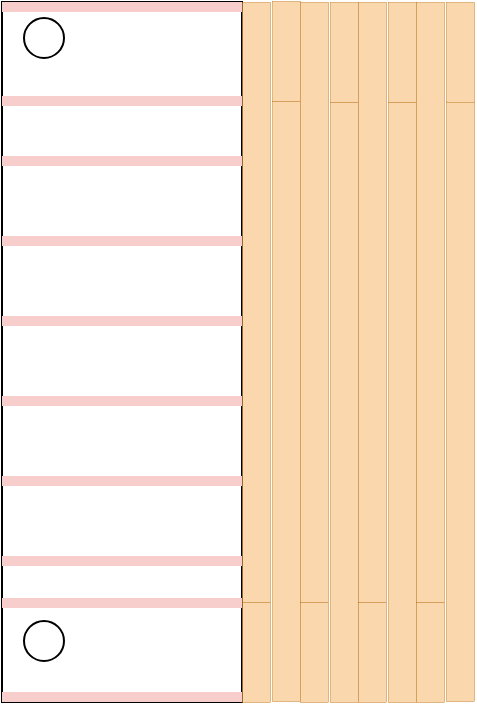
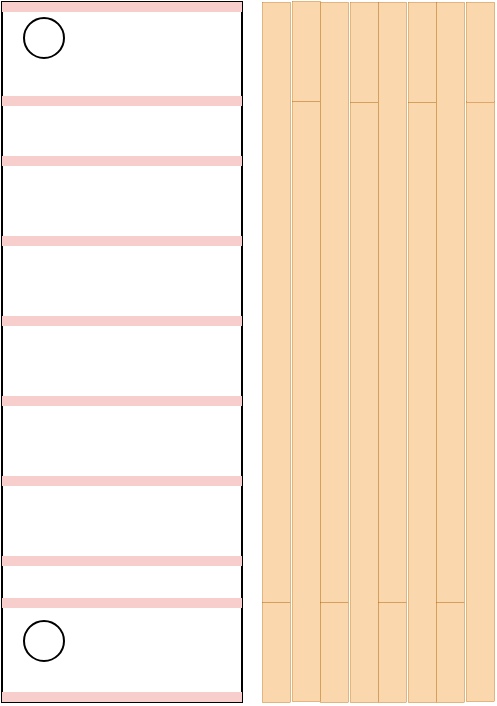
<mxfile host="app.diagrams.net">
  <diagram name="Page-1" id="9zz9qTvsrJ71pM-4lCes">
-     <mxGraphModel dx="517" dy="334" grid="1" gridSize="10" guides="1" tooltips="1" connect="1" arrows="1" fold="1" page="1" pageScale="1" pageWidth="827" pageHeight="1169" math="0" shadow="0">
+     <mxGraphModel dx="620" dy="400" grid="1" gridSize="10" guides="1" tooltips="1" connect="1" arrows="1" fold="1" page="1" pageScale="1" pageWidth="827" pageHeight="1169" math="0" shadow="0">
      <root>
        <mxCell id="0" />
        <mxCell id="1" parent="0" />
        <mxCell id="-zb7xw1d-y1fsq_DWs25-2" parent="1" style="rounded=0;whiteSpace=wrap;html=1;movable=0;resizable=0;rotatable=0;deletable=0;editable=0;locked=1;connectable=0;fillColor=none;" value="" vertex="1">
          <mxGeometry height="350" width="120" x="400" y="260" as="geometry" />
        </mxCell>
        <mxCell id="-zb7xw1d-y1fsq_DWs25-32" parent="1" style="ellipse;whiteSpace=wrap;html=1;aspect=fixed;" value="" vertex="1">
          <mxGeometry height="20" width="20" x="411" y="268" as="geometry" />
        </mxCell>
        <mxCell id="-zb7xw1d-y1fsq_DWs25-33" parent="1" style="ellipse;whiteSpace=wrap;html=1;aspect=fixed;" value="" vertex="1">
          <mxGeometry height="20" width="20" x="411" y="569.5" as="geometry" />
        </mxCell>
        <mxCell id="-zb7xw1d-y1fsq_DWs25-45" connectable="0" parent="1" style="group" value="" vertex="1">
-           <mxGeometry height="350.5" width="116" x="520" y="259.5" as="geometry" />
+           <mxGeometry height="350.5" width="116" x="530" y="259.5" as="geometry" />
        </mxCell>
        <mxCell id="-zb7xw1d-y1fsq_DWs25-19" parent="-zb7xw1d-y1fsq_DWs25-45" style="rounded=0;whiteSpace=wrap;html=1;fillColor=#fad7ac;strokeColor=#b46504;movable=1;resizable=1;rotatable=1;deletable=1;editable=1;locked=0;connectable=1;strokeWidth=0.2;" value="" vertex="1">
          <mxGeometry height="300" width="14" x="87" y="0.5" as="geometry" />
        </mxCell>
        <mxCell id="-zb7xw1d-y1fsq_DWs25-16" parent="-zb7xw1d-y1fsq_DWs25-45" style="rounded=0;whiteSpace=wrap;html=1;fillColor=#fad7ac;strokeColor=#b46504;movable=1;resizable=1;rotatable=1;deletable=1;editable=1;locked=0;connectable=1;strokeWidth=0.2;" value="" vertex="1">
          <mxGeometry height="300" width="14" x="102" y="50" as="geometry" />
        </mxCell>
        <mxCell id="-zb7xw1d-y1fsq_DWs25-20" parent="-zb7xw1d-y1fsq_DWs25-45" style="rounded=0;whiteSpace=wrap;html=1;fillColor=#fad7ac;strokeColor=#b46504;movable=1;resizable=1;rotatable=1;deletable=1;editable=1;locked=0;connectable=1;strokeWidth=0.2;" value="" vertex="1">
          <mxGeometry height="300" width="14" x="73" y="50.5" as="geometry" />
        </mxCell>
        <mxCell id="-zb7xw1d-y1fsq_DWs25-21" parent="-zb7xw1d-y1fsq_DWs25-45" style="rounded=0;whiteSpace=wrap;html=1;fillColor=#fad7ac;strokeColor=#b46504;movable=1;resizable=1;rotatable=1;deletable=1;editable=1;locked=0;connectable=1;strokeWidth=0.2;" value="" vertex="1">
          <mxGeometry height="300" width="14" x="58" y="0.5" as="geometry" />
        </mxCell>
        <mxCell id="-zb7xw1d-y1fsq_DWs25-22" parent="-zb7xw1d-y1fsq_DWs25-45" style="rounded=0;whiteSpace=wrap;html=1;fillColor=#fad7ac;strokeColor=#b46504;movable=1;resizable=1;rotatable=1;deletable=1;editable=1;locked=0;connectable=1;strokeWidth=0.2;" value="" vertex="1">
          <mxGeometry height="300" width="14" x="44" y="50.5" as="geometry" />
        </mxCell>
        <mxCell id="-zb7xw1d-y1fsq_DWs25-24" parent="-zb7xw1d-y1fsq_DWs25-45" style="rounded=0;whiteSpace=wrap;html=1;fillColor=#fad7ac;strokeColor=#b46504;movable=1;resizable=1;rotatable=1;deletable=1;editable=1;locked=0;connectable=1;strokeWidth=0.2;" value="" vertex="1">
          <mxGeometry height="300" width="14" x="15" y="50" as="geometry" />
        </mxCell>
        <mxCell id="-zb7xw1d-y1fsq_DWs25-25" parent="-zb7xw1d-y1fsq_DWs25-45" style="rounded=0;whiteSpace=wrap;html=1;fillColor=#fad7ac;strokeColor=#b46504;movable=1;resizable=1;rotatable=1;deletable=1;editable=1;locked=0;connectable=1;strokeWidth=0.2;" value="" vertex="1">
          <mxGeometry height="300" width="14" y="0.5" as="geometry" />
        </mxCell>
        <mxCell id="-zb7xw1d-y1fsq_DWs25-23" parent="-zb7xw1d-y1fsq_DWs25-45" style="rounded=0;whiteSpace=wrap;html=1;fillColor=#fad7ac;strokeColor=#b46504;movable=1;resizable=1;rotatable=1;deletable=1;editable=1;locked=0;connectable=1;strokeWidth=0.2;" value="" vertex="1">
          <mxGeometry height="300" width="14" x="29" y="0.5" as="geometry" />
        </mxCell>
        <mxCell id="-zb7xw1d-y1fsq_DWs25-36" parent="-zb7xw1d-y1fsq_DWs25-45" style="rounded=0;whiteSpace=wrap;html=1;fillColor=#fad7ac;strokeColor=#b46504;strokeWidth=0.2;" value="" vertex="1">
          <mxGeometry height="50" width="14" y="300.5" as="geometry" />
        </mxCell>
        <mxCell id="-zb7xw1d-y1fsq_DWs25-37" parent="-zb7xw1d-y1fsq_DWs25-45" style="rounded=0;whiteSpace=wrap;html=1;fillColor=#fad7ac;strokeColor=#b46504;strokeWidth=0.2;" value="" vertex="1">
          <mxGeometry height="50" width="14" x="15" as="geometry" />
        </mxCell>
        <mxCell id="-zb7xw1d-y1fsq_DWs25-39" parent="-zb7xw1d-y1fsq_DWs25-45" style="rounded=0;whiteSpace=wrap;html=1;fillColor=#fad7ac;strokeColor=#b46504;strokeWidth=0.2;" value="" vertex="1">
          <mxGeometry height="50" width="14" x="44" y="0.5" as="geometry" />
        </mxCell>
        <mxCell id="-zb7xw1d-y1fsq_DWs25-40" parent="-zb7xw1d-y1fsq_DWs25-45" style="rounded=0;whiteSpace=wrap;html=1;fillColor=#fad7ac;strokeColor=#b46504;strokeWidth=0.2;" value="" vertex="1">
          <mxGeometry height="50" width="14" x="102" y="0.5" as="geometry" />
        </mxCell>
        <mxCell id="-zb7xw1d-y1fsq_DWs25-41" parent="-zb7xw1d-y1fsq_DWs25-45" style="rounded=0;whiteSpace=wrap;html=1;fillColor=#fad7ac;strokeColor=#b46504;strokeWidth=0.2;" value="" vertex="1">
          <mxGeometry height="50" width="14" x="73" y="0.5" as="geometry" />
        </mxCell>
        <mxCell id="-zb7xw1d-y1fsq_DWs25-42" parent="-zb7xw1d-y1fsq_DWs25-45" style="rounded=0;whiteSpace=wrap;html=1;fillColor=#fad7ac;strokeColor=#b46504;strokeWidth=0.2;" value="" vertex="1">
          <mxGeometry height="50" width="14" x="87" y="300.5" as="geometry" />
        </mxCell>
        <mxCell id="-zb7xw1d-y1fsq_DWs25-43" parent="-zb7xw1d-y1fsq_DWs25-45" style="rounded=0;whiteSpace=wrap;html=1;fillColor=#fad7ac;strokeColor=#b46504;strokeWidth=0.2;" value="" vertex="1">
          <mxGeometry height="50" width="14" x="58" y="300.5" as="geometry" />
        </mxCell>
        <mxCell id="-zb7xw1d-y1fsq_DWs25-44" parent="-zb7xw1d-y1fsq_DWs25-45" style="rounded=0;whiteSpace=wrap;html=1;fillColor=#fad7ac;strokeColor=#b46504;strokeWidth=0.2;" value="" vertex="1">
          <mxGeometry height="50" width="14" x="29" y="300.5" as="geometry" />
        </mxCell>
        <mxCell id="-zb7xw1d-y1fsq_DWs25-46" connectable="0" parent="1" style="group" value="" vertex="1">
          <mxGeometry height="350" width="120" x="400" y="260" as="geometry" />
        </mxCell>
        <mxCell id="-zb7xw1d-y1fsq_DWs25-3" parent="-zb7xw1d-y1fsq_DWs25-46" style="rounded=0;whiteSpace=wrap;html=1;fillColor=#f8cecc;strokeColor=none;movable=1;resizable=1;rotatable=1;deletable=1;editable=1;locked=0;connectable=1;" value="" vertex="1">
          <mxGeometry height="5" width="120" as="geometry" />
        </mxCell>
        <mxCell id="-zb7xw1d-y1fsq_DWs25-4" parent="-zb7xw1d-y1fsq_DWs25-46" style="rounded=0;whiteSpace=wrap;html=1;fillColor=#f8cecc;strokeColor=none;movable=1;resizable=1;rotatable=1;deletable=1;editable=1;locked=0;connectable=1;" value="" vertex="1">
          <mxGeometry height="5" width="120" y="277" as="geometry" />
        </mxCell>
        <mxCell id="-zb7xw1d-y1fsq_DWs25-5" parent="-zb7xw1d-y1fsq_DWs25-46" style="rounded=0;whiteSpace=wrap;html=1;fillColor=#f8cecc;strokeColor=none;movable=1;resizable=1;rotatable=1;deletable=1;editable=1;locked=0;connectable=1;" value="" vertex="1">
          <mxGeometry height="5" width="120" y="237" as="geometry" />
        </mxCell>
        <mxCell id="-zb7xw1d-y1fsq_DWs25-6" parent="-zb7xw1d-y1fsq_DWs25-46" style="rounded=0;whiteSpace=wrap;html=1;fillColor=#f8cecc;strokeColor=none;movable=1;resizable=1;rotatable=1;deletable=1;editable=1;locked=0;connectable=1;" value="" vertex="1">
          <mxGeometry height="5" width="120" y="197" as="geometry" />
        </mxCell>
        <mxCell id="-zb7xw1d-y1fsq_DWs25-7" parent="-zb7xw1d-y1fsq_DWs25-46" style="rounded=0;whiteSpace=wrap;html=1;fillColor=#f8cecc;strokeColor=none;movable=1;resizable=1;rotatable=1;deletable=1;editable=1;locked=0;connectable=1;" value="" vertex="1">
          <mxGeometry height="5" width="120" y="157" as="geometry" />
        </mxCell>
        <mxCell id="-zb7xw1d-y1fsq_DWs25-8" parent="-zb7xw1d-y1fsq_DWs25-46" style="rounded=0;whiteSpace=wrap;html=1;fillColor=#f8cecc;strokeColor=none;movable=1;resizable=1;rotatable=1;deletable=1;editable=1;locked=0;connectable=1;" value="" vertex="1">
          <mxGeometry height="5" width="120" y="117" as="geometry" />
        </mxCell>
        <mxCell id="-zb7xw1d-y1fsq_DWs25-9" parent="-zb7xw1d-y1fsq_DWs25-46" style="rounded=0;whiteSpace=wrap;html=1;fillColor=#f8cecc;strokeColor=none;movable=1;resizable=1;rotatable=1;deletable=1;editable=1;locked=0;connectable=1;" value="" vertex="1">
          <mxGeometry height="5" width="120" y="77" as="geometry" />
        </mxCell>
        <mxCell id="-zb7xw1d-y1fsq_DWs25-10" parent="-zb7xw1d-y1fsq_DWs25-46" style="rounded=0;whiteSpace=wrap;html=1;fillColor=#f8cecc;strokeColor=none;movable=1;resizable=1;rotatable=1;deletable=1;editable=1;locked=0;connectable=1;" value="" vertex="1">
          <mxGeometry height="5" width="120" y="298" as="geometry" />
        </mxCell>
        <mxCell id="-zb7xw1d-y1fsq_DWs25-11" parent="-zb7xw1d-y1fsq_DWs25-46" style="rounded=0;whiteSpace=wrap;html=1;fillColor=#f8cecc;strokeColor=none;movable=1;resizable=1;rotatable=1;deletable=1;editable=1;locked=0;connectable=1;" value="" vertex="1">
          <mxGeometry height="5" width="120" y="47" as="geometry" />
        </mxCell>
        <mxCell id="-zb7xw1d-y1fsq_DWs25-12" parent="-zb7xw1d-y1fsq_DWs25-46" style="rounded=0;whiteSpace=wrap;html=1;fillColor=#f8cecc;strokeColor=none;movable=1;resizable=1;rotatable=1;deletable=1;editable=1;locked=0;connectable=1;" value="" vertex="1">
          <mxGeometry height="5" width="120" y="345" as="geometry" />
        </mxCell>
      </root>
    </mxGraphModel>
  </diagram>
</mxfile>
